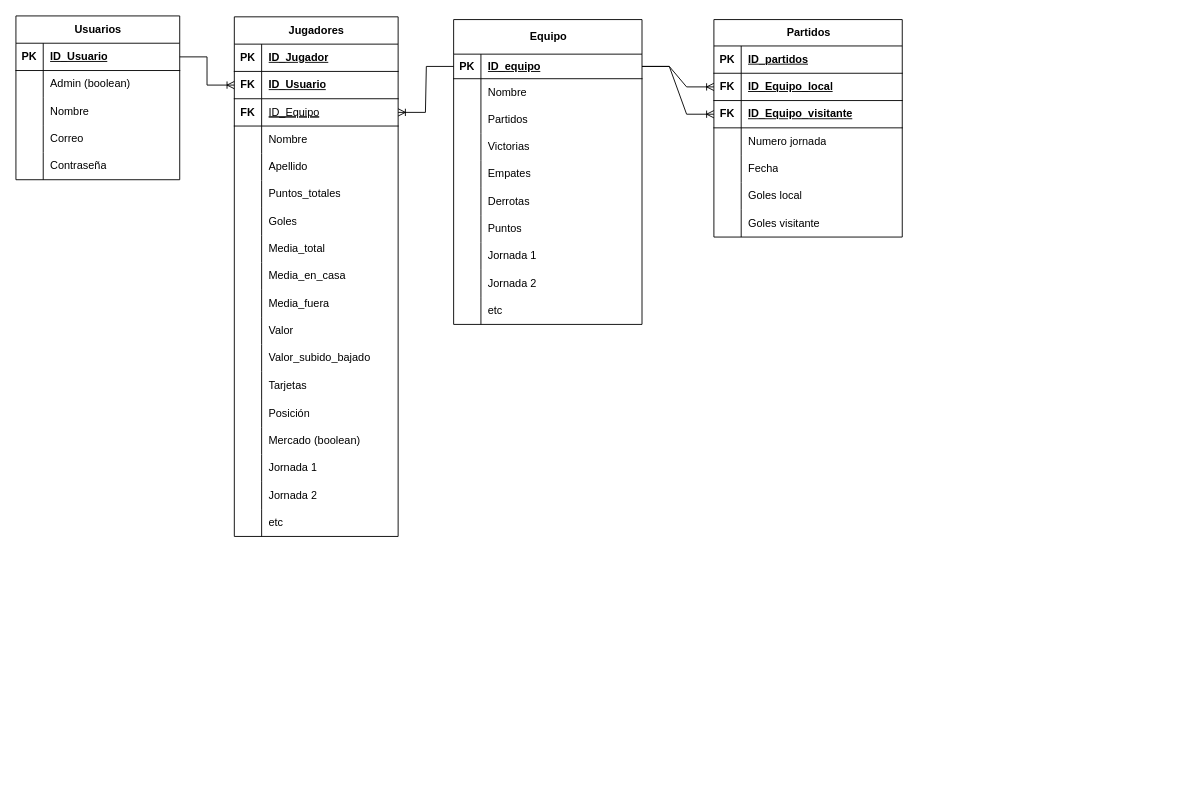
The draw.io diagram Diagramas/Diagrama_ERFinal.drawio in samuu159/proyecto_computacion_2, before the edit. Source tidied: cells renumbered, new cells numbered last; positions are measured from the earlier drawing's top-left corner, leaving out a move shared by most shapes. Both pictures are drawn from the tidied source at 91%, with x=0, y=0 at pixel (15, 15).
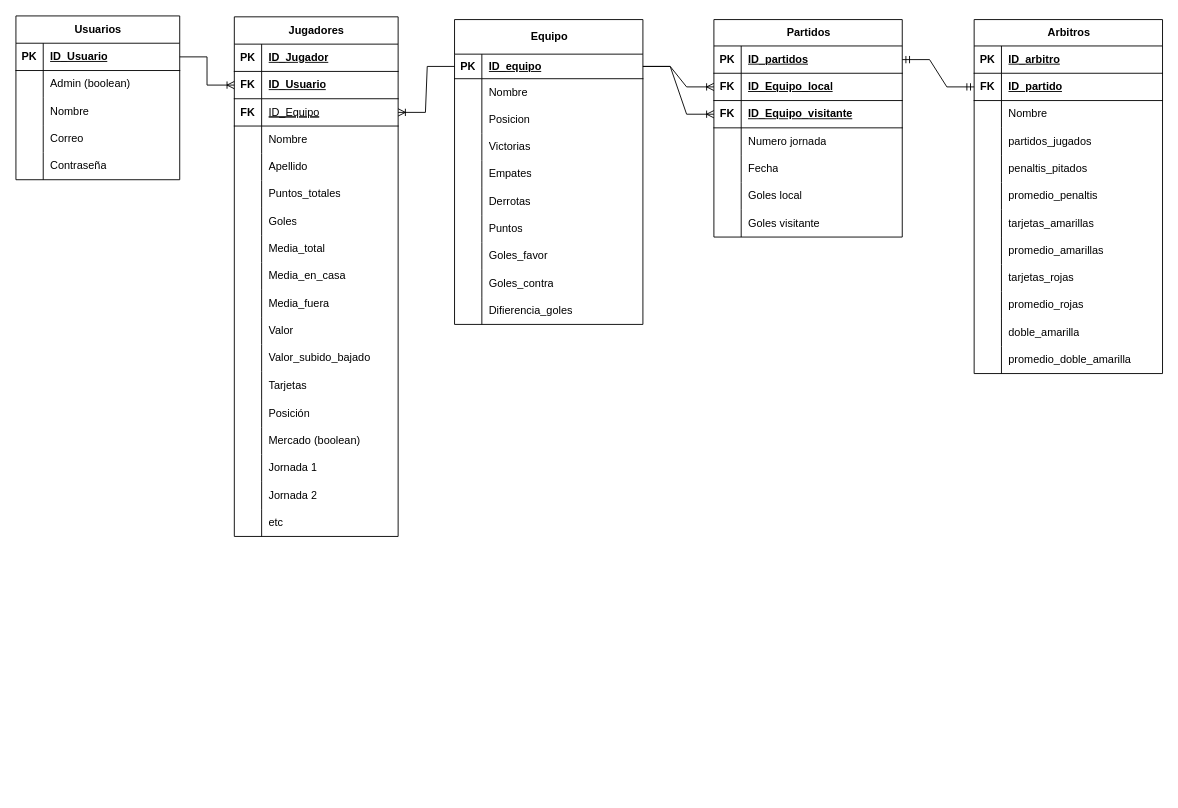
Above is the later version.

Unchanged cells that the change refers to:
```xml
<mxCell id="83" style="shape=tableRow;horizontal=0;startSize=0;swimlaneHead=0;swimlaneBody=0;fillColor=none;top=0;left=0;right=0;bottom=0;" parent="76" vertex="1">
  <mxGeometry y="95" width="207" height="30" as="geometry" />
</mxCell>
<mxCell id="98" style="shape=tableRow;horizontal=0;startSize=0;swimlaneHead=0;swimlaneBody=0;fillColor=none;top=0;left=0;right=0;bottom=0;" parent="76" vertex="1">
  <mxGeometry y="245" width="207" height="30" as="geometry" />
</mxCell>
<mxCell id="101" style="shape=tableRow;horizontal=0;startSize=0;swimlaneHead=0;swimlaneBody=0;fillColor=none;top=0;left=0;right=0;bottom=0;" parent="76" vertex="1">
  <mxGeometry y="275" width="207" height="30" as="geometry" />
</mxCell>
<mxCell id="104" style="shape=tableRow;horizontal=0;startSize=0;swimlaneHead=0;swimlaneBody=0;fillColor=none;top=0;left=0;right=0;bottom=0;" parent="76" vertex="1">
  <mxGeometry y="305" width="207" height="30" as="geometry" />
</mxCell>
<mxCell id="109" style="shape=tableRow;horizontal=0;startSize=0;swimlaneHead=0;swimlaneBody=0;fillColor=none;points=[[0,0.5],[1,0.5]];portConstraint=eastwest;top=0;left=0;right=0;bottom=1;" parent="108" vertex="1">
  <mxGeometry y="29" width="207" height="30" as="geometry" />
</mxCell>
```

Change to the diagram source:
```diff
@@
     <mxCell id="76" value="Equipo" style="shape=table;startSize=38;childLayout=tableLayout;rowLines=0;fontStyle=1;align=center;html=1;" parent="1" vertex="1">
-      <mxGeometry x="481" y="4" width="207" height="335" as="geometry" />
+      <mxGeometry x="482" y="4" width="207" height="335" as="geometry" />
     </mxCell>
@@
-    <mxCell id="85" value="Partidos" style="shape=partialRectangle;fillColor=none;top=0;left=0;bottom=0;right=0;align=left;spacingLeft=6;overflow=hidden;whiteSpace=wrap;html=1;" parent="83" vertex="1">
+    <mxCell id="85" value="Posicion" style="shape=partialRectangle;fillColor=none;top=0;left=0;bottom=0;right=0;align=left;spacingLeft=6;overflow=hidden;whiteSpace=wrap;html=1;" parent="83" vertex="1">
       <mxGeometry x="30" width="177" height="30" as="geometry" />
     </mxCell>
@@
-    <mxCell id="100" value="Jornada 1" style="shape=partialRectangle;fillColor=none;top=0;left=0;bottom=0;right=0;align=left;spacingLeft=6;overflow=hidden;whiteSpace=wrap;html=1;" parent="98" vertex="1">
+    <mxCell id="100" value="Goles_favor" style="shape=partialRectangle;fillColor=none;top=0;left=0;bottom=0;right=0;align=left;spacingLeft=6;overflow=hidden;whiteSpace=wrap;html=1;" parent="98" vertex="1">
       <mxGeometry x="30" width="177" height="30" as="geometry" />
     </mxCell>
@@
-    <mxCell id="103" value="Jornada 2" style="shape=partialRectangle;fillColor=none;top=0;left=0;bottom=0;right=0;align=left;spacingLeft=6;overflow=hidden;whiteSpace=wrap;html=1;" parent="101" vertex="1">
+    <mxCell id="103" value="Goles_contra" style="shape=partialRectangle;fillColor=none;top=0;left=0;bottom=0;right=0;align=left;spacingLeft=6;overflow=hidden;whiteSpace=wrap;html=1;" parent="101" vertex="1">
       <mxGeometry x="30" width="177" height="30" as="geometry" />
     </mxCell>
@@
-    <mxCell id="106" value="etc" style="shape=partialRectangle;fillColor=none;top=0;left=0;bottom=0;right=0;align=left;spacingLeft=6;overflow=hidden;whiteSpace=wrap;html=1;" parent="104" vertex="1">
+    <mxCell id="106" value="Difierencia_goles" style="shape=partialRectangle;fillColor=none;top=0;left=0;bottom=0;right=0;align=left;spacingLeft=6;overflow=hidden;whiteSpace=wrap;html=1;" parent="104" vertex="1">
       <mxGeometry x="30" width="177" height="30" as="geometry" />
     </mxCell>
@@
+    <mxCell id="134" value="Arbitros" style="shape=table;startSize=29;childLayout=tableLayout;rowLines=0;fontStyle=1;align=center;html=1;" parent="1" vertex="1">
+      <mxGeometry x="1053" y="4" width="207" height="389" as="geometry" />
+    </mxCell>
+    <mxCell id="135" style="shape=tableRow;horizontal=0;startSize=0;swimlaneHead=0;swimlaneBody=0;fillColor=none;top=0;left=0;right=0;bottom=1;" parent="134" vertex="1">
+      <mxGeometry y="29" width="207" height="30" as="geometry" />
+    </mxCell>
+    <mxCell id="136" value="PK" style="shape=partialRectangle;fillColor=none;top=0;left=0;bottom=0;right=0;fontStyle=1;overflow=hidden;whiteSpace=wrap;html=1;" parent="135" vertex="1">
+      <mxGeometry width="30" height="30" as="geometry" />
+    </mxCell>
+    <mxCell id="137" value="ID_arbitro" style="shape=partialRectangle;fillColor=none;top=0;left=0;bottom=0;right=0;align=left;spacingLeft=6;fontStyle=5;overflow=hidden;whiteSpace=wrap;html=1;" parent="135" vertex="1">
+      <mxGeometry x="30" width="177" height="30" as="geometry" />
+    </mxCell>
+    <mxCell id="138" style="shape=tableRow;horizontal=0;startSize=0;swimlaneHead=0;swimlaneBody=0;fillColor=none;points=[[0,0.5],[1,0.5]];portConstraint=eastwest;top=0;left=0;right=0;bottom=1;" parent="134" vertex="1">
+      <mxGeometry y="59" width="207" height="30" as="geometry" />
+    </mxCell>
+    <mxCell id="139" value="FK" style="shape=partialRectangle;fillColor=none;top=0;left=0;bottom=0;right=0;fontStyle=1;overflow=hidden;whiteSpace=wrap;html=1;" parent="138" vertex="1">
+      <mxGeometry width="30" height="30" as="geometry" />
+    </mxCell>
+    <mxCell id="140" value="ID_partido" style="shape=partialRectangle;fillColor=none;top=0;left=0;bottom=0;right=0;align=left;spacingLeft=6;fontStyle=5;overflow=hidden;whiteSpace=wrap;html=1;" parent="138" vertex="1">
+      <mxGeometry x="30" width="177" height="30" as="geometry" />
+    </mxCell>
+    <mxCell id="141" style="shape=tableRow;horizontal=0;startSize=0;swimlaneHead=0;swimlaneBody=0;fillColor=none;top=0;left=0;right=0;bottom=0;" parent="134" vertex="1">
+      <mxGeometry y="89" width="207" height="30" as="geometry" />
+    </mxCell>
+    <mxCell id="142" style="shape=partialRectangle;fillColor=none;top=0;left=0;bottom=0;right=0;overflow=hidden;whiteSpace=wrap;html=1;" parent="141" vertex="1">
+      <mxGeometry width="30" height="30" as="geometry" />
+    </mxCell>
+    <mxCell id="143" value="Nombre" style="shape=partialRectangle;fillColor=none;top=0;left=0;bottom=0;right=0;align=left;spacingLeft=6;overflow=hidden;whiteSpace=wrap;html=1;" parent="141" vertex="1">
+      <mxGeometry x="30" width="177" height="30" as="geometry" />
+    </mxCell>
+    <mxCell id="144" style="shape=tableRow;horizontal=0;startSize=0;swimlaneHead=0;swimlaneBody=0;fillColor=none;top=0;left=0;right=0;bottom=0;" parent="134" vertex="1">
+      <mxGeometry y="119" width="207" height="30" as="geometry" />
+    </mxCell>
+    <mxCell id="145" style="shape=partialRectangle;fillColor=none;top=0;left=0;bottom=0;right=0;overflow=hidden;whiteSpace=wrap;html=1;" parent="144" vertex="1">
+      <mxGeometry width="30" height="30" as="geometry" />
+    </mxCell>
+    <mxCell id="146" value="partidos_jugados" style="shape=partialRectangle;fillColor=none;top=0;left=0;bottom=0;right=0;align=left;spacingLeft=6;overflow=hidden;whiteSpace=wrap;html=1;" parent="144" vertex="1">
+      <mxGeometry x="30" width="177" height="30" as="geometry" />
+    </mxCell>
+    <mxCell id="147" style="shape=tableRow;horizontal=0;startSize=0;swimlaneHead=0;swimlaneBody=0;fillColor=none;top=0;left=0;right=0;bottom=0;" parent="134" vertex="1">
+      <mxGeometry y="149" width="207" height="30" as="geometry" />
+    </mxCell>
+    <mxCell id="148" style="shape=partialRectangle;fillColor=none;top=0;left=0;bottom=0;right=0;overflow=hidden;whiteSpace=wrap;html=1;" parent="147" vertex="1">
+      <mxGeometry width="30" height="30" as="geometry" />
+    </mxCell>
+    <mxCell id="149" value="penaltis_pitados" style="shape=partialRectangle;fillColor=none;top=0;left=0;bottom=0;right=0;align=left;spacingLeft=6;overflow=hidden;whiteSpace=wrap;html=1;" parent="147" vertex="1">
+      <mxGeometry x="30" width="177" height="30" as="geometry" />
+    </mxCell>
+    <mxCell id="150" style="shape=tableRow;horizontal=0;startSize=0;swimlaneHead=0;swimlaneBody=0;fillColor=none;top=0;left=0;right=0;bottom=0;" parent="134" vertex="1">
+      <mxGeometry y="179" width="207" height="30" as="geometry" />
+    </mxCell>
+    <mxCell id="151" style="shape=partialRectangle;fillColor=none;top=0;left=0;bottom=0;right=0;overflow=hidden;whiteSpace=wrap;html=1;" parent="150" vertex="1">
+      <mxGeometry width="30" height="30" as="geometry" />
+    </mxCell>
+    <mxCell id="152" value="promedio_penaltis" style="shape=partialRectangle;fillColor=none;top=0;left=0;bottom=0;right=0;align=left;spacingLeft=6;overflow=hidden;whiteSpace=wrap;html=1;" parent="150" vertex="1">
+      <mxGeometry x="30" width="177" height="30" as="geometry" />
+    </mxCell>
+    <mxCell id="153" style="shape=tableRow;horizontal=0;startSize=0;swimlaneHead=0;swimlaneBody=0;fillColor=none;top=0;left=0;right=0;bottom=0;" parent="134" vertex="1">
+      <mxGeometry y="209" width="207" height="30" as="geometry" />
+    </mxCell>
+    <mxCell id="154" style="shape=partialRectangle;fillColor=none;top=0;left=0;bottom=0;right=0;overflow=hidden;whiteSpace=wrap;html=1;" parent="153" vertex="1">
+      <mxGeometry width="30" height="30" as="geometry" />
+    </mxCell>
+    <mxCell id="155" value="tarjetas_amarillas" style="shape=partialRectangle;fillColor=none;top=0;left=0;bottom=0;right=0;align=left;spacingLeft=6;overflow=hidden;whiteSpace=wrap;html=1;" parent="153" vertex="1">
+      <mxGeometry x="30" width="177" height="30" as="geometry" />
+    </mxCell>
+    <mxCell id="156" style="shape=tableRow;horizontal=0;startSize=0;swimlaneHead=0;swimlaneBody=0;fillColor=none;top=0;left=0;right=0;bottom=0;" parent="134" vertex="1">
+      <mxGeometry y="239" width="207" height="30" as="geometry" />
+    </mxCell>
+    <mxCell id="157" style="shape=partialRectangle;fillColor=none;top=0;left=0;bottom=0;right=0;overflow=hidden;whiteSpace=wrap;html=1;" parent="156" vertex="1">
+      <mxGeometry width="30" height="30" as="geometry" />
+    </mxCell>
+    <mxCell id="158" value="promedio_amarillas" style="shape=partialRectangle;fillColor=none;top=0;left=0;bottom=0;right=0;align=left;spacingLeft=6;overflow=hidden;whiteSpace=wrap;html=1;" parent="156" vertex="1">
+      <mxGeometry x="30" width="177" height="30" as="geometry" />
+    </mxCell>
+    <mxCell id="159" style="shape=tableRow;horizontal=0;startSize=0;swimlaneHead=0;swimlaneBody=0;fillColor=none;top=0;left=0;right=0;bottom=0;" parent="134" vertex="1">
+      <mxGeometry y="269" width="207" height="30" as="geometry" />
+    </mxCell>
+    <mxCell id="160" style="shape=partialRectangle;fillColor=none;top=0;left=0;bottom=0;right=0;overflow=hidden;whiteSpace=wrap;html=1;" parent="159" vertex="1">
+      <mxGeometry width="30" height="30" as="geometry" />
+    </mxCell>
+    <mxCell id="161" value="tarjetas_rojas" style="shape=partialRectangle;fillColor=none;top=0;left=0;bottom=0;right=0;align=left;spacingLeft=6;overflow=hidden;whiteSpace=wrap;html=1;" parent="159" vertex="1">
+      <mxGeometry x="30" width="177" height="30" as="geometry" />
+    </mxCell>
+    <mxCell id="162" style="shape=tableRow;horizontal=0;startSize=0;swimlaneHead=0;swimlaneBody=0;fillColor=none;top=0;left=0;right=0;bottom=0;" parent="134" vertex="1">
+      <mxGeometry y="299" width="207" height="30" as="geometry" />
+    </mxCell>
+    <mxCell id="163" style="shape=partialRectangle;fillColor=none;top=0;left=0;bottom=0;right=0;overflow=hidden;whiteSpace=wrap;html=1;" parent="162" vertex="1">
+      <mxGeometry width="30" height="30" as="geometry" />
+    </mxCell>
+    <mxCell id="164" value="promedio_rojas" style="shape=partialRectangle;fillColor=none;top=0;left=0;bottom=0;right=0;align=left;spacingLeft=6;overflow=hidden;whiteSpace=wrap;html=1;" parent="162" vertex="1">
+      <mxGeometry x="30" width="177" height="30" as="geometry" />
+    </mxCell>
+    <mxCell id="165" style="shape=tableRow;horizontal=0;startSize=0;swimlaneHead=0;swimlaneBody=0;fillColor=none;top=0;left=0;right=0;bottom=0;" parent="134" vertex="1">
+      <mxGeometry y="329" width="207" height="30" as="geometry" />
+    </mxCell>
+    <mxCell id="166" style="shape=partialRectangle;fillColor=none;top=0;left=0;bottom=0;right=0;overflow=hidden;whiteSpace=wrap;html=1;" parent="165" vertex="1">
+      <mxGeometry width="30" height="30" as="geometry" />
+    </mxCell>
+    <mxCell id="167" value="doble_amarilla" style="shape=partialRectangle;fillColor=none;top=0;left=0;bottom=0;right=0;align=left;spacingLeft=6;overflow=hidden;whiteSpace=wrap;html=1;" parent="165" vertex="1">
+      <mxGeometry x="30" width="177" height="30" as="geometry" />
+    </mxCell>
+    <mxCell id="168" style="shape=tableRow;horizontal=0;startSize=0;swimlaneHead=0;swimlaneBody=0;fillColor=none;top=0;left=0;right=0;bottom=0;" parent="134" vertex="1">
+      <mxGeometry y="359" width="207" height="30" as="geometry" />
+    </mxCell>
+    <mxCell id="169" style="shape=partialRectangle;fillColor=none;top=0;left=0;bottom=0;right=0;overflow=hidden;whiteSpace=wrap;html=1;" parent="168" vertex="1">
+      <mxGeometry width="30" height="30" as="geometry" />
+    </mxCell>
+    <mxCell id="170" value="promedio_doble_amarilla" style="shape=partialRectangle;fillColor=none;top=0;left=0;bottom=0;right=0;align=left;spacingLeft=6;overflow=hidden;whiteSpace=wrap;html=1;" parent="168" vertex="1">
+      <mxGeometry x="30" width="177" height="30" as="geometry" />
+    </mxCell>
+    <mxCell id="171" style="edgeStyle=entityRelationEdgeStyle;fontSize=12;html=1;endArrow=ERmandOne;startArrow=ERmandOne;rounded=0;entryX=0;entryY=0.5;entryDx=0;entryDy=0;exitX=1;exitY=0.5;exitDx=0;exitDy=0;" parent="1" edge="1" source="109" target="138">
+      <mxGeometry relative="1" as="geometry" />
+    </mxCell>
```
